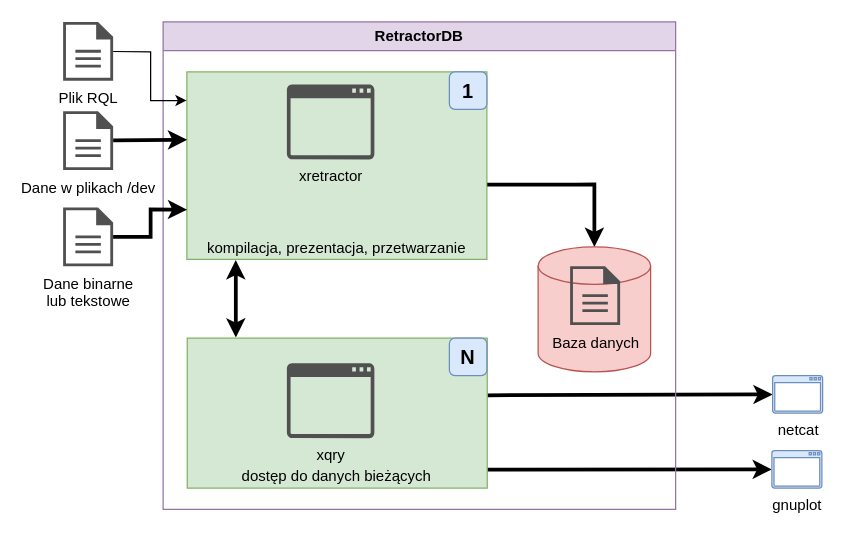
michalwidera/documentation-rdb keeps this draw.io diagram as page "Processing - icons" (4 of 11) of assets/zrodlo-rysunkow.drawio. Above is the earlier version. Source tidied: cells renumbered, new cells numbered last; positions are measured from the earlier drawing's top-left corner, leaving out a move shared by most shapes. Both pictures are drawn from the tidied source at 125%, with x=0, y=0 at pixel (62, 21).
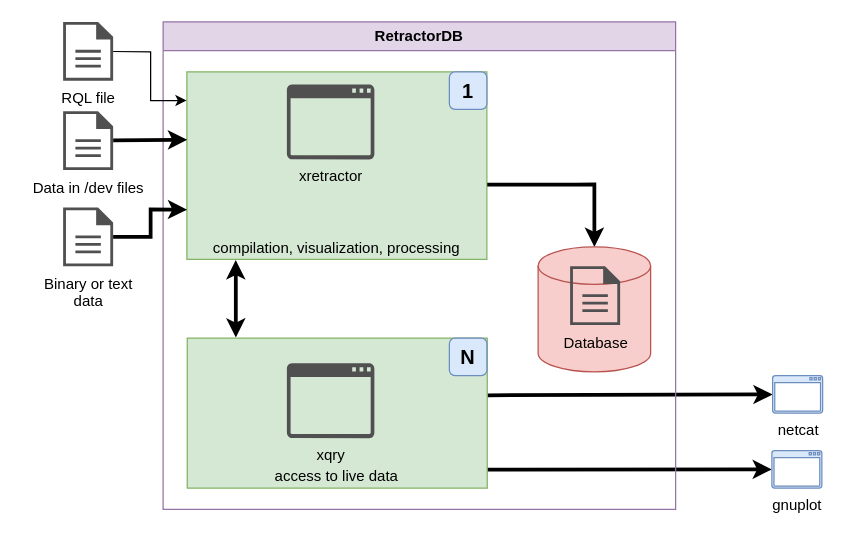
After the change.

The change refers to these unchanged cells:
```xml
<mxCell id="4" value="RetractorDB" style="swimlane;whiteSpace=wrap;html=1;fillColor=#e1d5e7;strokeColor=#9673a6;" parent="1" vertex="1">
  <mxGeometry x="80" width="410" height="390" as="geometry" />
</mxCell>
```

What changed in the source:
```diff
@@
-    <mxCell id="6" value="kompilacja, prezentacja, przetwarzanie" style="rounded=0;whiteSpace=wrap;html=1;fillColor=#d5e8d4;strokeColor=#82b366;labelPosition=center;verticalLabelPosition=middle;align=center;verticalAlign=bottom;" parent="4" vertex="1">
+    <mxCell id="6" value="compilation, visualization, processing" style="rounded=0;whiteSpace=wrap;html=1;fillColor=#d5e8d4;strokeColor=#82b366;labelPosition=center;verticalLabelPosition=middle;align=center;verticalAlign=bottom;" parent="4" vertex="1">
       <mxGeometry x="19" y="40" width="240" height="150" as="geometry" />
     </mxCell>
-    <mxCell id="7" value="&lt;div&gt;&lt;span style=&quot;background-color: transparent; color: light-dark(rgb(0, 0, 0), rgb(255, 255, 255));&quot;&gt;dostęp do danych bieżących&lt;/span&gt;&lt;/div&gt;" style="rounded=0;whiteSpace=wrap;html=1;fillColor=#d5e8d4;strokeColor=#82b366;verticalAlign=bottom;" parent="4" vertex="1">
+    <mxCell id="7" value="&lt;div&gt;&lt;span style=&quot;background-color: transparent; color: light-dark(rgb(0, 0, 0), rgb(255, 255, 255));&quot;&gt;access to live data&lt;/span&gt;&lt;/div&gt;" style="rounded=0;whiteSpace=wrap;html=1;fillColor=#d5e8d4;strokeColor=#82b366;verticalAlign=bottom;" parent="4" vertex="1">
       <mxGeometry x="19.3" y="253" width="240" height="120" as="geometry" />
     </mxCell>
@@
-    <mxCell id="14" value="Baza danych" style="sketch=0;shadow=0;dashed=0;html=1;strokeColor=none;fillColor=#505050;labelPosition=center;verticalLabelPosition=bottom;verticalAlign=top;align=center;shape=mxgraph.office.concepts.document;" parent="4" vertex="1">
+    <mxCell id="14" value="Database" style="sketch=0;shadow=0;dashed=0;html=1;strokeColor=none;fillColor=#505050;labelPosition=center;verticalLabelPosition=bottom;verticalAlign=top;align=center;shape=mxgraph.office.concepts.document;" parent="4" vertex="1">
       <mxGeometry x="325.6" y="195.5" width="40" height="47" as="geometry" />
     </mxCell>
-    <mxCell id="15" value="Plik RQL" style="sketch=0;shadow=0;dashed=0;html=1;strokeColor=none;fillColor=#505050;labelPosition=center;verticalLabelPosition=bottom;verticalAlign=top;outlineConnect=0;align=center;shape=mxgraph.office.concepts.document;" parent="1" vertex="1">
+    <mxCell id="15" value="RQL file" style="sketch=0;shadow=0;dashed=0;html=1;strokeColor=none;fillColor=#505050;labelPosition=center;verticalLabelPosition=bottom;verticalAlign=top;outlineConnect=0;align=center;shape=mxgraph.office.concepts.document;" parent="1" vertex="1">
       <mxGeometry width="40" height="47" as="geometry" />
     </mxCell>
@@
-    <mxCell id="17" value="Dane w plikach /dev" style="sketch=0;shadow=0;dashed=0;html=1;strokeColor=none;fillColor=#505050;labelPosition=center;verticalLabelPosition=bottom;verticalAlign=top;outlineConnect=0;align=center;shape=mxgraph.office.concepts.document;" parent="1" vertex="1">
+    <mxCell id="17" value="Data in /dev files" style="sketch=0;shadow=0;dashed=0;html=1;strokeColor=none;fillColor=#505050;labelPosition=center;verticalLabelPosition=bottom;verticalAlign=top;outlineConnect=0;align=center;shape=mxgraph.office.concepts.document;" parent="1" vertex="1">
       <mxGeometry y="71.5" width="40" height="47" as="geometry" />
     </mxCell>
-    <mxCell id="18" value="Dane binarne&lt;div&gt;lub tekstowe&lt;/div&gt;" style="sketch=0;shadow=0;dashed=0;html=1;strokeColor=none;fillColor=#505050;labelPosition=center;verticalLabelPosition=bottom;verticalAlign=top;outlineConnect=0;align=center;shape=mxgraph.office.concepts.document;spacingTop=0;spacing=2;spacingRight=0;" parent="1" vertex="1">
+    <mxCell id="18" value="Binary or text&lt;div&gt;data&lt;/div&gt;" style="sketch=0;shadow=0;dashed=0;html=1;strokeColor=none;fillColor=#505050;labelPosition=center;verticalLabelPosition=bottom;verticalAlign=top;outlineConnect=0;align=center;shape=mxgraph.office.concepts.document;spacingTop=0;spacing=2;spacingRight=0;" parent="1" vertex="1">
       <mxGeometry y="148.5" width="40" height="47" as="geometry" />
     </mxCell>
```
